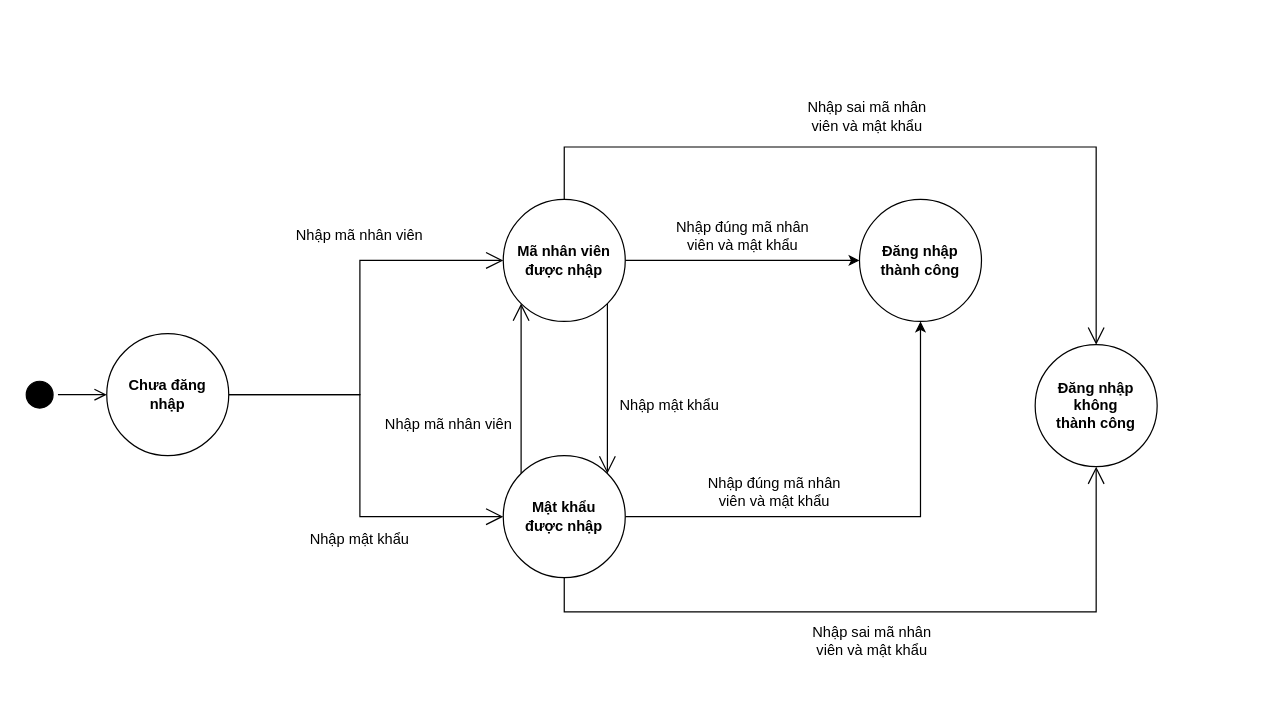
Above: page "state-diagram" (8 of 8) of pzh-diagrams.drawio in minhkonzz/PizzaHouse (draw.io), before the change. Source tidied: cells renumbered, new cells numbered last; positions are measured from the earlier drawing's top-left corner, leaving out a move shared by most shapes. Both pictures are drawn from the tidied source at 122%, with x=0, y=0 at pixel (21, 98).
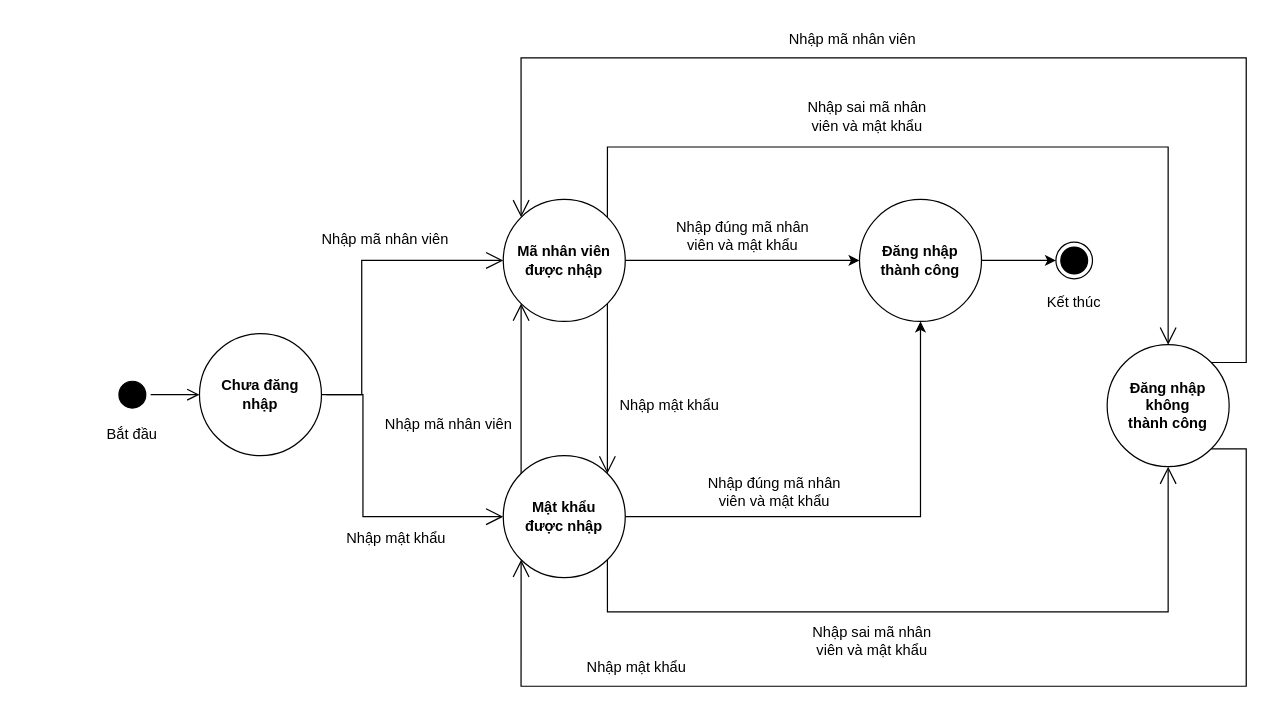
Above is the later version.

Unchanged cells that the change refers to:
```xml
<mxCell id="10" value="&lt;b&gt;Mã nhân viên được nhập&lt;/b&gt;" style="ellipse;whiteSpace=wrap;html=1;" parent="1" vertex="1">
  <mxGeometry x="395" y="83" width="100" height="100" as="geometry" />
</mxCell>
<mxCell id="14" value="&lt;b&gt;Mật khẩu &lt;br&gt;được nhập&lt;/b&gt;" style="ellipse;whiteSpace=wrap;html=1;" parent="1" vertex="1">
  <mxGeometry x="395" y="293" width="100" height="100" as="geometry" />
</mxCell>
<mxCell id="15" value="&lt;b&gt;Đăng nhập &lt;br&gt;thành công&lt;/b&gt;" style="ellipse;whiteSpace=wrap;html=1;" parent="1" vertex="1">
  <mxGeometry x="687" y="83" width="100" height="100" as="geometry" />
</mxCell>
```

Change to the diagram source:
```diff
@@
-    <mxCell id="2" style="edgeStyle=orthogonalEdgeStyle;rounded=0;jettySize=auto;html=1;entryX=0;entryY=0.5;entryDx=0;entryDy=0;endArrow=open;endFill=0;endSize=12;" parent="1" edge="1" source="4" target="10">
-      <mxGeometry relative="1" as="geometry" />
+    <mxCell id="2" style="edgeStyle=orthogonalEdgeStyle;rounded=0;jettySize=auto;html=1;entryX=0;entryY=0.5;entryDx=0;entryDy=0;endArrow=open;endFill=0;endSize=12;" parent="1" edge="1" target="10">
+      <mxGeometry relative="1" as="geometry">
+        <mxPoint x="250" y="243" as="sourcePoint" />
+        <Array as="points">
+          <mxPoint x="279" y="243" />
+          <mxPoint x="279" y="133" />
+        </Array>
+      </mxGeometry>
     </mxCell>
-    <mxCell id="3" style="edgeStyle=orthogonalEdgeStyle;rounded=0;jettySize=auto;html=1;entryX=0;entryY=0.5;entryDx=0;entryDy=0;endSize=12;endArrow=open;endFill=0;" parent="1" edge="1" source="4" target="14">
-      <mxGeometry relative="1" as="geometry" />
+    <mxCell id="3" style="edgeStyle=orthogonalEdgeStyle;rounded=0;jettySize=auto;html=1;entryX=0;entryY=0.5;entryDx=0;entryDy=0;endSize=12;endArrow=open;endFill=0;" parent="1" edge="1" target="14">
+      <mxGeometry relative="1" as="geometry">
+        <mxPoint x="244" y="240" as="sourcePoint" />
+        <Array as="points">
+          <mxPoint x="244" y="243" />
+          <mxPoint x="280" y="243" />
+          <mxPoint x="280" y="343" />
+        </Array>
+      </mxGeometry>
     </mxCell>
     <mxCell id="4" value="&lt;b&gt;Chưa đăng &lt;br&gt;nhập&lt;/b&gt;" style="ellipse;whiteSpace=wrap;html=1;" parent="1" vertex="1">
-      <mxGeometry x="70" y="193" width="100" height="100" as="geometry" />
+      <mxGeometry x="146" y="193" width="100" height="100" as="geometry" />
     </mxCell>
     <mxCell id="5" style="ellipse;html=1;shape=startState;fillColor=#000000;strokeColor=#000000;" parent="1" vertex="1">
-      <mxGeometry y="228" width="30" height="30" as="geometry" />
+      <mxGeometry x="76" y="228" width="30" height="30" as="geometry" />
     </mxCell>
@@
-    <mxCell id="9" style="edgeStyle=orthogonalEdgeStyle;rounded=0;jettySize=auto;html=1;entryX=0.5;entryY=0;entryDx=0;entryDy=0;endArrow=open;endFill=0;endSize=12;" parent="1" edge="1" source="10" target="16">
+    <mxCell id="9" style="edgeStyle=orthogonalEdgeStyle;rounded=0;jettySize=auto;html=1;entryX=0.5;entryY=0;entryDx=0;entryDy=0;endArrow=open;endFill=0;endSize=12;exitX=1;exitY=0;exitDx=0;exitDy=0;" parent="1" edge="1" source="10" target="16">
       <mxGeometry relative="1" as="geometry">
         <Array as="points">
-          <mxPoint x="445" y="40" />
-          <mxPoint x="881" y="40" />
+          <mxPoint x="480" y="40" />
+          <mxPoint x="940" y="40" />
         </Array>
       </mxGeometry>
     </mxCell>
@@
-    <mxCell id="13" style="edgeStyle=orthogonalEdgeStyle;rounded=0;jettySize=auto;html=1;entryX=0.5;entryY=1;entryDx=0;entryDy=0;endArrow=open;endFill=0;endSize=12;" parent="1" edge="1" source="14" target="16">
+    <mxCell id="13" style="edgeStyle=orthogonalEdgeStyle;rounded=0;jettySize=auto;html=1;entryX=0.5;entryY=1;entryDx=0;entryDy=0;endArrow=open;endFill=0;endSize=12;exitX=1;exitY=1;exitDx=0;exitDy=0;" parent="1" edge="1" source="14" target="16">
       <mxGeometry relative="1" as="geometry">
         <Array as="points">
-          <mxPoint x="445" y="421" />
-          <mxPoint x="881" y="421" />
+          <mxPoint x="480" y="421" />
+          <mxPoint x="940" y="421" />
         </Array>
       </mxGeometry>
     </mxCell>
@@
+    <mxCell id="25" style="edgeStyle=orthogonalEdgeStyle;rounded=0;jettySize=auto;html=1;entryX=0;entryY=0.5;entryDx=0;entryDy=0;" parent="1" edge="1" source="15" target="30">
+      <mxGeometry relative="1" as="geometry" />
+    </mxCell>
@@
+    <mxCell id="26" style="edgeStyle=orthogonalEdgeStyle;rounded=0;jettySize=auto;html=1;entryX=0;entryY=0;entryDx=0;entryDy=0;endArrow=open;endFill=0;endSize=12;exitX=1;exitY=0;exitDx=0;exitDy=0;" parent="1" edge="1" source="16" target="10">
+      <mxGeometry relative="1" as="geometry">
+        <Array as="points">
+          <mxPoint x="1004" y="217" />
+          <mxPoint x="1004" y="-33" />
+          <mxPoint x="410" y="-33" />
+        </Array>
+      </mxGeometry>
+    </mxCell>
+    <mxCell id="27" style="edgeStyle=orthogonalEdgeStyle;rounded=0;jettySize=auto;html=1;entryX=0;entryY=1;entryDx=0;entryDy=0;endArrow=open;endFill=0;endSize=12;exitX=1;exitY=1;exitDx=0;exitDy=0;" parent="1" edge="1" source="16" target="14">
+      <mxGeometry relative="1" as="geometry">
+        <Array as="points">
+          <mxPoint x="1004" y="287" />
+          <mxPoint x="1004" y="482" />
+          <mxPoint x="410" y="482" />
+        </Array>
+      </mxGeometry>
+    </mxCell>
     <mxCell id="16" value="&lt;b&gt;Đăng nhập &lt;br&gt;không &lt;br&gt;thành công&lt;br&gt;&lt;/b&gt;" style="ellipse;whiteSpace=wrap;html=1;" parent="1" vertex="1">
-      <mxGeometry x="831" y="202" width="100" height="100" as="geometry" />
+      <mxGeometry x="890" y="202" width="100" height="100" as="geometry" />
     </mxCell>
     <mxCell id="17" value="Nhập mã nhân viên" style="text;html=1;strokeColor=none;fillColor=none;align=center;verticalAlign=middle;whiteSpace=wrap;rounded=0;" parent="1" vertex="1">
-      <mxGeometry x="216" y="98" width="123" height="30" as="geometry" />
+      <mxGeometry x="237" y="101" width="123" height="30" as="geometry" />
     </mxCell>
     <mxCell id="18" value="Nhập mật khẩu" style="text;html=1;strokeColor=none;fillColor=none;align=center;verticalAlign=middle;whiteSpace=wrap;rounded=0;" parent="1" vertex="1">
-      <mxGeometry x="216" y="347" width="123" height="30" as="geometry" />
+      <mxGeometry x="246" y="346" width="123" height="30" as="geometry" />
     </mxCell>
@@
+    <mxCell id="28" value="Nhập mã nhân viên" style="text;html=1;strokeColor=none;fillColor=none;align=center;verticalAlign=middle;whiteSpace=wrap;rounded=0;" parent="1" vertex="1">
+      <mxGeometry x="620" y="-63" width="123" height="30" as="geometry" />
+    </mxCell>
+    <mxCell id="29" value="Nhập mật khẩu" style="text;html=1;strokeColor=none;fillColor=none;align=center;verticalAlign=middle;whiteSpace=wrap;rounded=0;" parent="1" vertex="1">
+      <mxGeometry x="443" y="452" width="123" height="30" as="geometry" />
+    </mxCell>
+    <mxCell id="30" style="ellipse;html=1;shape=endState;fillColor=#000000;strokeColor=#000000;" parent="1" vertex="1">
+      <mxGeometry x="848" y="118" width="30" height="30" as="geometry" />
+    </mxCell>
+    <mxCell id="31" value="Bắt đầu" style="text;html=1;strokeColor=none;fillColor=none;align=center;verticalAlign=middle;whiteSpace=wrap;rounded=0;" parent="1" vertex="1">
+      <mxGeometry x="61" y="261" width="60" height="30" as="geometry" />
+    </mxCell>
+    <mxCell id="32" value="Kết thúc" style="text;html=1;strokeColor=none;fillColor=none;align=center;verticalAlign=middle;whiteSpace=wrap;rounded=0;" parent="1" vertex="1">
+      <mxGeometry x="833" y="153" width="60" height="30" as="geometry" />
+    </mxCell>
```
